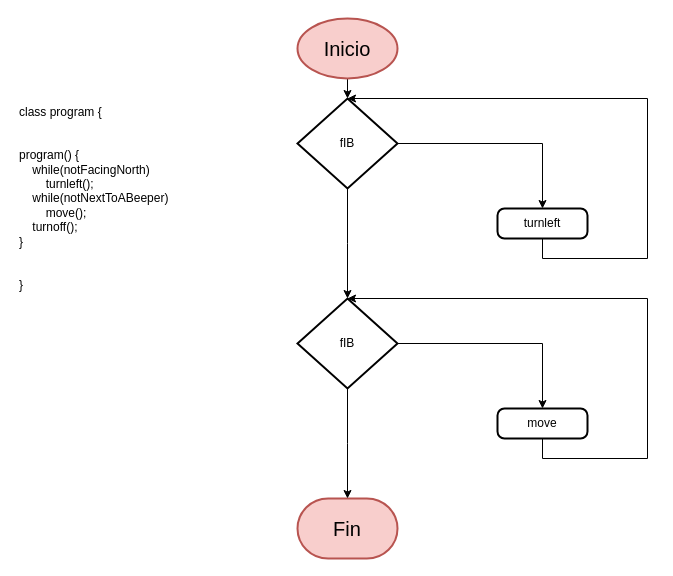
Earlier version of the draw.io diagram EncuentraBeep.drawio (PedroJOH/Ejercicios_karel). Source tidied: cells renumbered, new cells numbered last; positions are measured from the earlier drawing's top-left corner, leaving out a move shared by most shapes. Both pictures are drawn from the tidied source at 100%, with x=0, y=0 at pixel (17, 18).
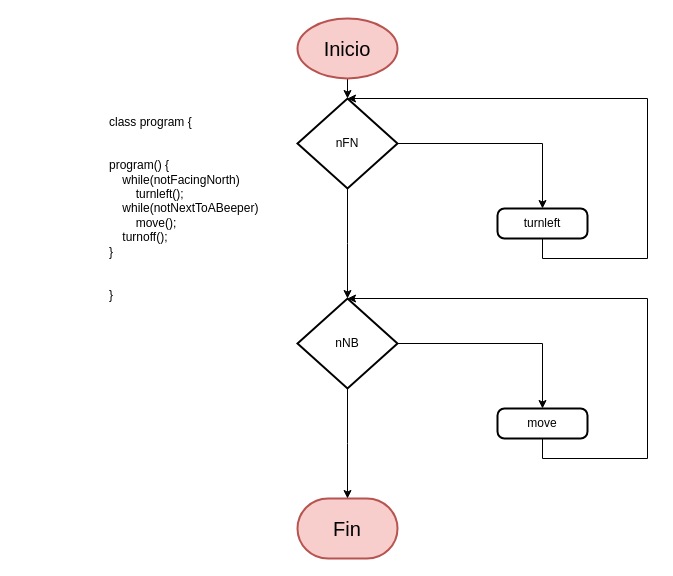
The same page after the edit.

What changed in the source:
```diff
@@
-    <mxCell id="7" value="fIB" style="strokeWidth=2;html=1;shape=mxgraph.flowchart.decision;whiteSpace=wrap;" parent="1" vertex="1">
+    <mxCell id="7" value="nFN" style="strokeWidth=2;html=1;shape=mxgraph.flowchart.decision;whiteSpace=wrap;" parent="1" vertex="1">
       <mxGeometry x="280" y="80" width="100" height="90" as="geometry" />
     </mxCell>
@@
     <mxCell id="10" value="class program {&#10;&#10;&#10;program() {&#10;    while(notFacingNorth)&#10;        turnleft();&#10;    while(notNextToABeeper)&#10;        move();&#10;    turnoff();&#10;}&#10;&#10;&#10;}" style="text;whiteSpace=wrap;" parent="1" vertex="1">
-      <mxGeometry y="80" width="180" height="210" as="geometry" />
+      <mxGeometry x="90" y="90" width="180" height="210" as="geometry" />
     </mxCell>
@@
-    <mxCell id="13" value="fIB" style="strokeWidth=2;html=1;shape=mxgraph.flowchart.decision;whiteSpace=wrap;" parent="1" vertex="1">
+    <mxCell id="13" value="nNB" style="strokeWidth=2;html=1;shape=mxgraph.flowchart.decision;whiteSpace=wrap;" parent="1" vertex="1">
       <mxGeometry x="280" y="280" width="100" height="90" as="geometry" />
     </mxCell>
```
